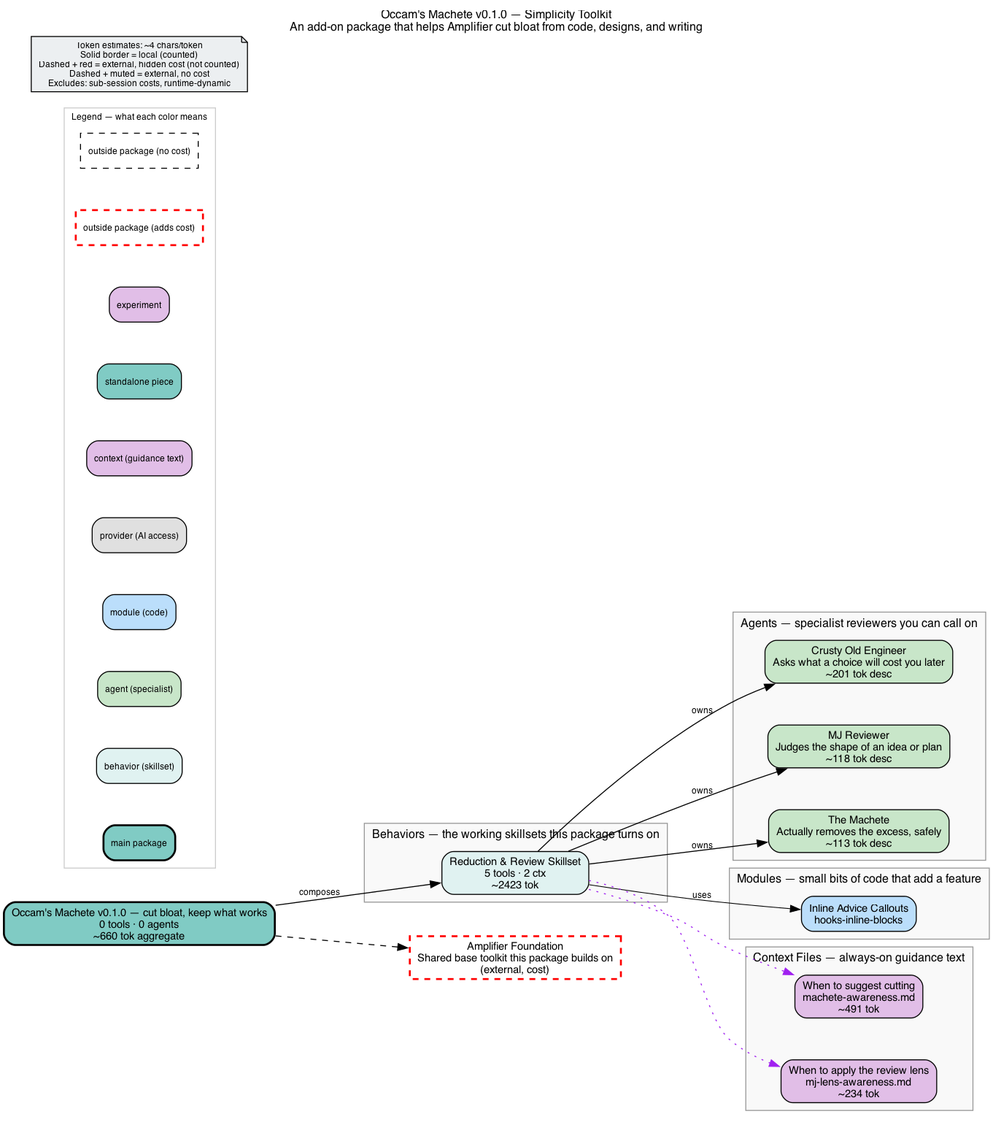
Above: bundle.png in michaeljabbour/amplifier-bundle-mj (Graphviz), before the change. Its source is kept beside it as bundle.dot.
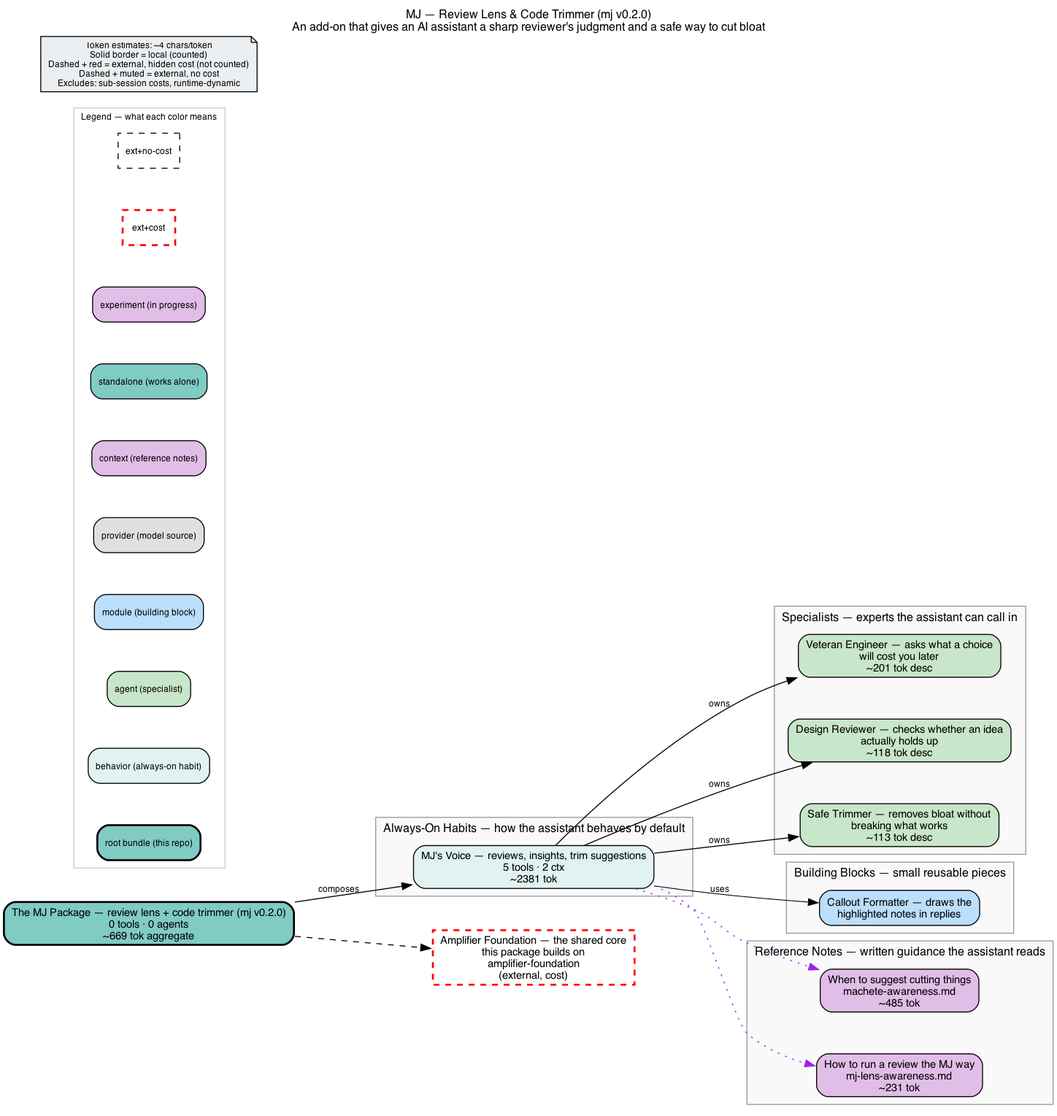
Later version of the same file.

Commit message:
feat!: Rename bundle occams-machete -> mj; fix panel independence collapse

Diff of the diagram source:
```diff
@@ -1,57 +1,58 @@
-digraph occams_machete {
+
+digraph mj {
     rankdir=LR
     fontname="Helvetica"
     fontsize=12
-    label="Occam's Machete v0.1.0 — Simplicity Toolkit\nAn add-on package that helps Amplifier cut bloat from code, designs, and writing"
+    label="MJ — Review Lens & Code Trimmer (mj v0.2.0)\nAn add-on that gives an AI assistant a sharp reviewer's judgment and a safe way to cut bloat"
     labelloc=t
     labeljust=c
     nodesep=0.6
     ranksep=0.7
     bgcolor="white"
-    source_hash="e6015b377ec177d511a456fd0519ecaa5c23f3aa4dccc183f8e80223bc25aeb3"
+    source_hash="dfbe9bab5dbd45947f76f39cf5c6145db856be17fc50b47e31523c6c0058c8b0"
 
     node [fontname="Helvetica", fontsize=11, style="filled,rounded"]
     edge [fontname="Helvetica", fontsize=9]
 
-    root_occams_machete [label="Occam's Machete v0.1.0 — cut bloat, keep what works\n0 tools · 0 agents\n~660 tok aggregate", shape=box, fillcolor="#80cbc4", style="filled,rounded,bold", penwidth=2]
+    root_mj [label="The MJ Package — review lens + code trimmer (mj v0.2.0)\n0 tools · 0 agents\n~669 tok aggregate", shape=box, fillcolor="#80cbc4", style="filled,rounded,bold", penwidth=2]
 
     subgraph cluster_behaviors {
-        label="Behaviors — the working skillsets this package turns on"
+        label="Always-On Habits — how the assistant behaves by default"
         style="filled"
         fillcolor="#f9f9f9"
         color="#999999"
 
-        beh_occams_machete_behavior [label="Reduction & Review Skillset\n5 tools · 2 ctx\n~2423 tok", shape=box, fillcolor="#e0f2f1", style="filled,rounded"]
+        beh_mj_behavior [label="MJ's Voice — reviews, insights, trim suggestions\n5 tools · 2 ctx\n~2381 tok", shape=box, fillcolor="#e0f2f1", style="filled,rounded"]
     }
 
     subgraph cluster_agents {
-        label="Agents — specialist reviewers you can call on"
+        label="Specialists — experts the assistant can call in"
         style="filled"
         fillcolor="#f9f9f9"
         color="#999999"
 
-        agt_crusty_old_engineer [label="Crusty Old Engineer\nAsks what a choice will cost you later\n~201 tok desc", shape=box, fillcolor="#c8e6c9", style="filled,rounded"]
-        agt_mj_reviewer [label="MJ Reviewer\nJudges the shape of an idea or plan\n~118 tok desc", shape=box, fillcolor="#c8e6c9", style="filled,rounded"]
-        agt_occams_machete [label="The Machete\nActually removes the excess, safely\n~113 tok desc", shape=box, fillcolor="#c8e6c9", style="filled,rounded"]
+        agt_crusty_old_engineer [label="Veteran Engineer — asks what a choice\nwill cost you later\n~201 tok desc", shape=box, fillcolor="#c8e6c9", style="filled,rounded"]
+        agt_mj_reviewer [label="Design Reviewer — checks whether an idea\nactually holds up\n~118 tok desc", shape=box, fillcolor="#c8e6c9", style="filled,rounded"]
+        agt_occams_machete [label="Safe Trimmer — removes bloat without\nbreaking what works\n~113 tok desc", shape=box, fillcolor="#c8e6c9", style="filled,rounded"]
     }
 
     subgraph cluster_modules {
-        label="Modules — small bits of code that add a feature"
+        label="Building Blocks — small reusable pieces"
         style="filled"
         fillcolor="#f9f9f9"
         color="#999999"
 
-        mod_hooks_inline_blocks [label="Inline Advice Callouts\nhooks-inline-blocks", shape=box, fillcolor="#bbdefb", style="filled,rounded"]
+        mod_hooks_inline_blocks [label="Callout Formatter — draws the\nhighlighted notes in replies", shape=box, fillcolor="#bbdefb", style="filled,rounded"]
     }
 
     subgraph cluster_context {
-        label="Context Files — always-on guidance text"
+        label="Reference Notes — written guidance the assistant reads"
         style="filled"
         fillcolor="#f9f9f9"
         color="#999999"
 
-        ctx_machete_awareness_md [label="When to suggest cutting\nmachete-awareness.md\n~491 tok", shape=box, fillcolor="#e1bee7", style="filled,rounded"]
-        ctx_mj_lens_awareness_md [label="When to apply the review lens\nmj-lens-awareness.md\n~234 tok", shape=box, fillcolor="#e1bee7", style="filled,rounded"]
+        ctx_machete_awareness_md [label="When to suggest cutting things\nmachete-awareness.md\n~485 tok", shape=box, fillcolor="#e1bee7", style="filled,rounded"]
+        ctx_mj_lens_awareness_md [label="How to run a review the MJ way\nmj-lens-awareness.md\n~231 tok", shape=box, fillcolor="#e1bee7", style="filled,rounded"]
     }
 
     subgraph cluster_legend {
@@ -61,28 +62,28 @@
         color="#cccccc"
         fontsize=9
 
-        leg_root [label="main package", shape=box, fillcolor="#80cbc4", style="filled,rounded,bold", fontsize=9]
-        leg_behavior [label="behavior (skillset)", shape=box, fillcolor="#e0f2f1", style="filled,rounded", fontsize=9]
+        leg_root [label="root bundle (this repo)", shape=box, fillcolor="#80cbc4", style="filled,rounded,bold", fontsize=9]
+        leg_behavior [label="behavior (always-on habit)", shape=box, fillcolor="#e0f2f1", style="filled,rounded", fontsize=9]
         leg_agent [label="agent (specialist)", shape=box, fillcolor="#c8e6c9", style="filled,rounded", fontsize=9]
-        leg_module [label="module (code)", shape=box, fillcolor="#bbdefb", style="filled,rounded", fontsize=9]
-        leg_provider [label="provider (AI access)", shape=box, fillcolor="#e0e0e0", style="filled,rounded", fontsize=9]
-        leg_context [label="context (guidance text)", shape=box, fillcolor="#e1bee7", style="filled,rounded", fontsize=9]
-        leg_standalone [label="standalone piece", shape=box, fillcolor="#80cbc4", style="filled,rounded", fontsize=9]
-        leg_experiment [label="experiment", shape=box, fillcolor="#e1bee7", style="filled,rounded", fontsize=9]
-        leg_ext_cost [label="outside package (adds cost)", shape=box, fillcolor="#80cbc4", style="dashed", color="red", penwidth=2, fontsize=9]
-        leg_ext_muted [label="outside package (no cost)", shape=box, fillcolor="#f5f5f5", style="dashed", fontsize=9]
+        leg_module [label="module (building block)", shape=box, fillcolor="#bbdefb", style="filled,rounded", fontsize=9]
+        leg_provider [label="provider (model source)", shape=box, fillcolor="#e0e0e0", style="filled,rounded", fontsize=9]
+        leg_context [label="context (reference notes)", shape=box, fillcolor="#e1bee7", style="filled,rounded", fontsize=9]
+        leg_standalone [label="standalone (works alone)", shape=box, fillcolor="#80cbc4", style="filled,rounded", fontsize=9]
+        leg_experiment [label="experiment (in progress)", shape=box, fillcolor="#e1bee7", style="filled,rounded", fontsize=9]
+        leg_ext_cost [label="ext+cost", shape=box, fillcolor="#80cbc4", style="dashed", color="red", penwidth=2, fontsize=9]
+        leg_ext_muted [label="ext+no-cost", shape=box, fillcolor="#f5f5f5", style="dashed", fontsize=9]
     }
 
     disclaimer [label="Token estimates: ~4 chars/token\nSolid border = local (counted)\nDashed + red = external, hidden cost (not counted)\nDashed + muted = external, no cost\nExcludes: sub-session costs, runtime-dynamic", shape=note, fillcolor="#eceff1", style="filled", fontsize=9]
 
-    ext_githttps___github_com_microsoft_amplifier_foundation_main [label="Amplifier Foundation\nShared base toolkit this package builds on\n(external, cost)", shape=box, fillcolor="#80cbc4", style="dashed", color="red", penwidth=2]
+    ext_githttps___github_com_microsoft_amplifier_foundation_main [label="Amplifier Foundation — the shared core\nthis package builds on\namplifier-foundation\n(external, cost)", shape=box, fillcolor="#80cbc4", style="dashed", color="red", penwidth=2]
 
-    root_occams_machete -> ext_githttps___github_com_microsoft_amplifier_foundation_main [style=dashed]
-    root_occams_machete -> beh_occams_machete_behavior [label="composes"]
-    beh_occams_machete_behavior -> agt_occams_machete [label="owns"]
-    beh_occams_machete_behavior -> agt_mj_reviewer [label="owns"]
-    beh_occams_machete_behavior -> agt_crusty_old_engineer [label="owns"]
-    beh_occams_machete_behavior -> mod_hooks_inline_blocks [label="uses", penwidth=0.8]
-    beh_occams_machete_behavior -> ctx_machete_awareness_md [style=dotted, color=purple]
-    beh_occams_machete_behavior -> ctx_mj_lens_awareness_md [style=dotted, color=purple]
+    root_mj -> ext_githttps___github_com_microsoft_amplifier_foundation_main [style=dashed]
+    root_mj -> beh_mj_behavior [label="composes"]
+    beh_mj_behavior -> agt_occams_machete [label="owns"]
+    beh_mj_behavior -> agt_mj_reviewer [label="owns"]
+    beh_mj_behavior -> agt_crusty_old_engineer [label="owns"]
+    beh_mj_behavior -> mod_hooks_inline_blocks [label="uses", penwidth=0.8]
+    beh_mj_behavior -> ctx_machete_awareness_md [style=dotted, color=purple]
+    beh_mj_behavior -> ctx_mj_lens_awareness_md [style=dotted, color=purple]
 }
```
